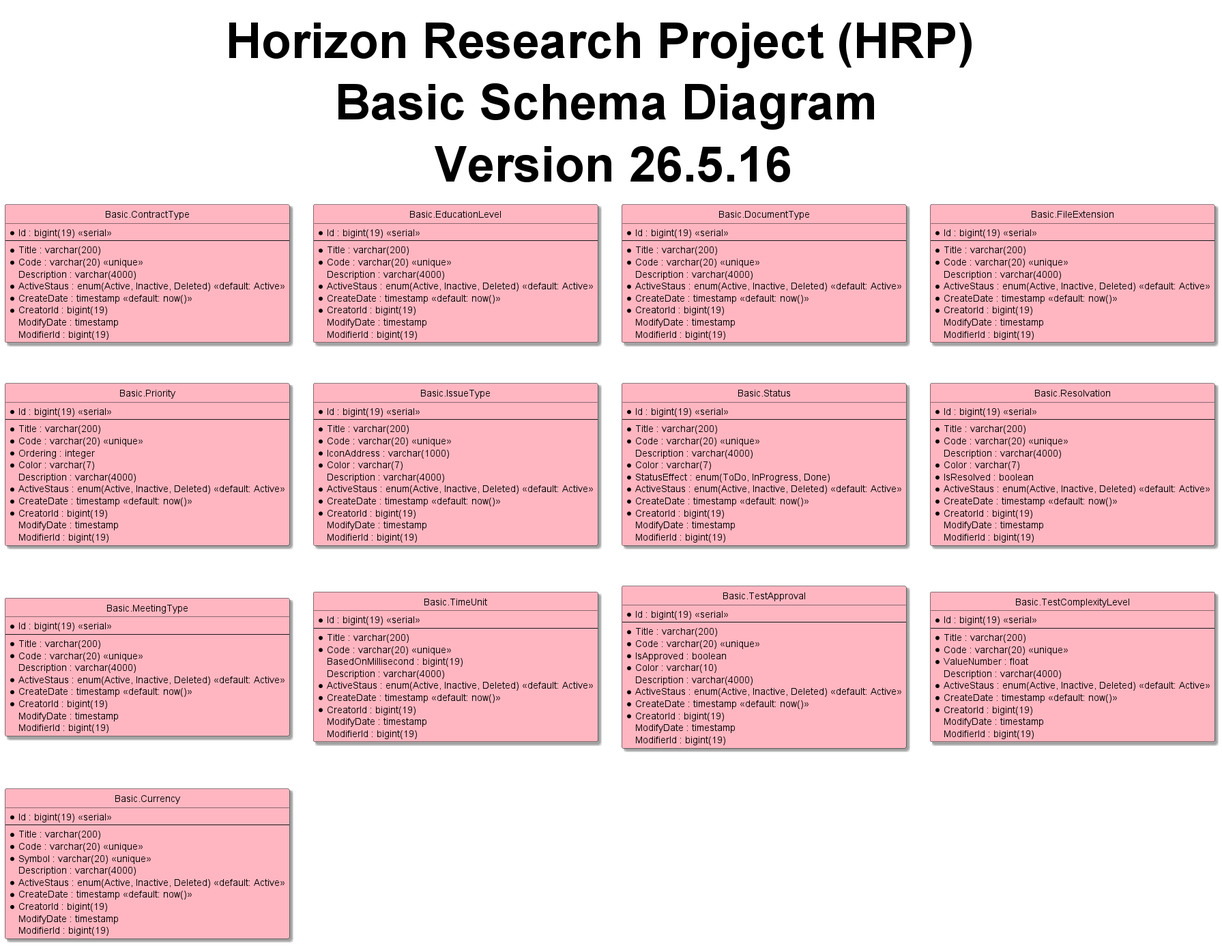
The PlantUML diagram 3-HorizonModeling/3.1-HorizonUml/out/ERD/Schemas/BasicSchemaDiagram.png in shadowfox1984/Horizon, before a commit.
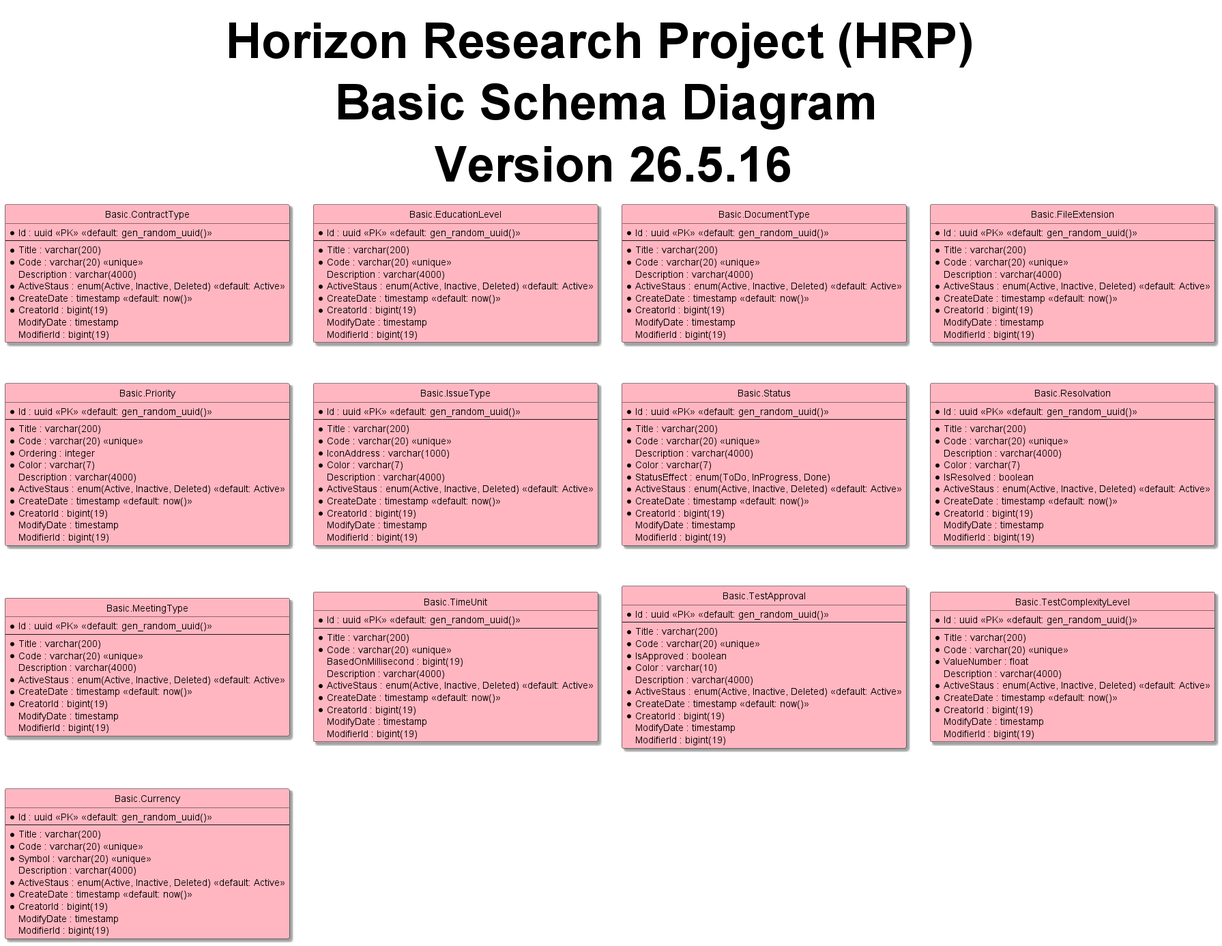
Later version of the same file.

Change to the diagram source:
```diff
@@ -8,7 +8,7 @@
 title Horizon Research Project (HRP) \n Basic Schema Diagram \n Version 26.5.16
 
 entity "Basic.ContractType" as contractType #LightPink{
-  *Id : bigint(19) <<serial>>
+  *Id : uuid <<PK>> <<default: gen_random_uuid()>>
   --
   *Title : varchar(200)
   *Code : varchar(20) <<unique>>
@@ -21,7 +21,7 @@
 }
 
 entity "Basic.EducationLevel" as educationLevel #LightPink{
-  *Id : bigint(19) <<serial>>
+  *Id : uuid <<PK>> <<default: gen_random_uuid()>>
   --
   *Title : varchar(200)
   *Code : varchar(20) <<unique>>
@@ -34,7 +34,7 @@
 }
 
 entity "Basic.DocumentType" as documentType #LightPink{
-  *Id : bigint(19) <<serial>>
+  *Id : uuid <<PK>> <<default: gen_random_uuid()>>
   --
   *Title : varchar(200)
   *Code : varchar(20) <<unique>>
@@ -47,7 +47,7 @@
 }
 
 entity "Basic.FileExtension" as fileExtension #LightPink{
-  *Id : bigint(19) <<serial>>
+  *Id : uuid <<PK>> <<default: gen_random_uuid()>>
   --
   *Title : varchar(200)
   *Code : varchar(20) <<unique>>
@@ -60,7 +60,7 @@
 }
 
 entity "Basic.Priority" as priority #LightPink{
-  *Id : bigint(19) <<serial>>
+  *Id : uuid <<PK>> <<default: gen_random_uuid()>>
   --
   *Title : varchar(200)
   *Code : varchar(20) <<unique>>
@@ -75,7 +75,7 @@
 }
 
 entity "Basic.IssueType" as issueType #LightPink{
-  *Id : bigint(19) <<serial>>
+  *Id : uuid <<PK>> <<default: gen_random_uuid()>>
   --
   *Title : varchar(200)
   *Code : varchar(20) <<unique>>
@@ -90,7 +90,7 @@
 }
 
 entity "Basic.Status" as status #LightPink{
-  *Id : bigint(19) <<serial>>
+  *Id : uuid <<PK>> <<default: gen_random_uuid()>>
   --
   *Title : varchar(200)
   *Code : varchar(20) <<unique>>
@@ -105,7 +105,7 @@
 }
 
 entity "Basic.Resolvation" as resolvation #LightPink{
-  *Id : bigint(19) <<serial>>
+  *Id : uuid <<PK>> <<default: gen_random_uuid()>>
   --
   *Title : varchar(200)
   *Code : varchar(20) <<unique>>
@@ -120,7 +120,7 @@
 }
 
 entity "Basic.MeetingType" as meetingType #LightPink{
-  *Id : bigint(19) <<serial>>
+  *Id : uuid <<PK>> <<default: gen_random_uuid()>>
   --
   *Title : varchar(200)
   *Code : varchar(20) <<unique>>
@@ -133,7 +133,7 @@
 }
 
 entity "Basic.TimeUnit" as timeUnit #LightPink{
-  *Id : bigint(19) <<serial>>
+  *Id : uuid <<PK>> <<default: gen_random_uuid()>>
   --
   *Title : varchar(200)
   *Code : varchar(20) <<unique>>
@@ -147,7 +147,7 @@
 }
 
 entity "Basic.TestApproval" as testApproval #LightPink{
-  *Id : bigint(19) <<serial>>
+  *Id : uuid <<PK>> <<default: gen_random_uuid()>>
   --
   *Title : varchar(200)
   *Code : varchar(20) <<unique>>
@@ -162,7 +162,7 @@
 }
 
 entity "Basic.TestComplexityLevel" as testComplexityLevel #LightPink{
-  *Id : bigint(19) <<serial>>
+  *Id : uuid <<PK>> <<default: gen_random_uuid()>>
   --
   *Title : varchar(200)
   *Code : varchar(20) <<unique>>
@@ -176,7 +176,7 @@
 }
 
 entity "Basic.Currency" as currency #LightPink{
-  *Id : bigint(19) <<serial>>
+  *Id : uuid <<PK>> <<default: gen_random_uuid()>>
   --
   *Title : varchar(200)
   *Code : varchar(20) <<unique>>
```
